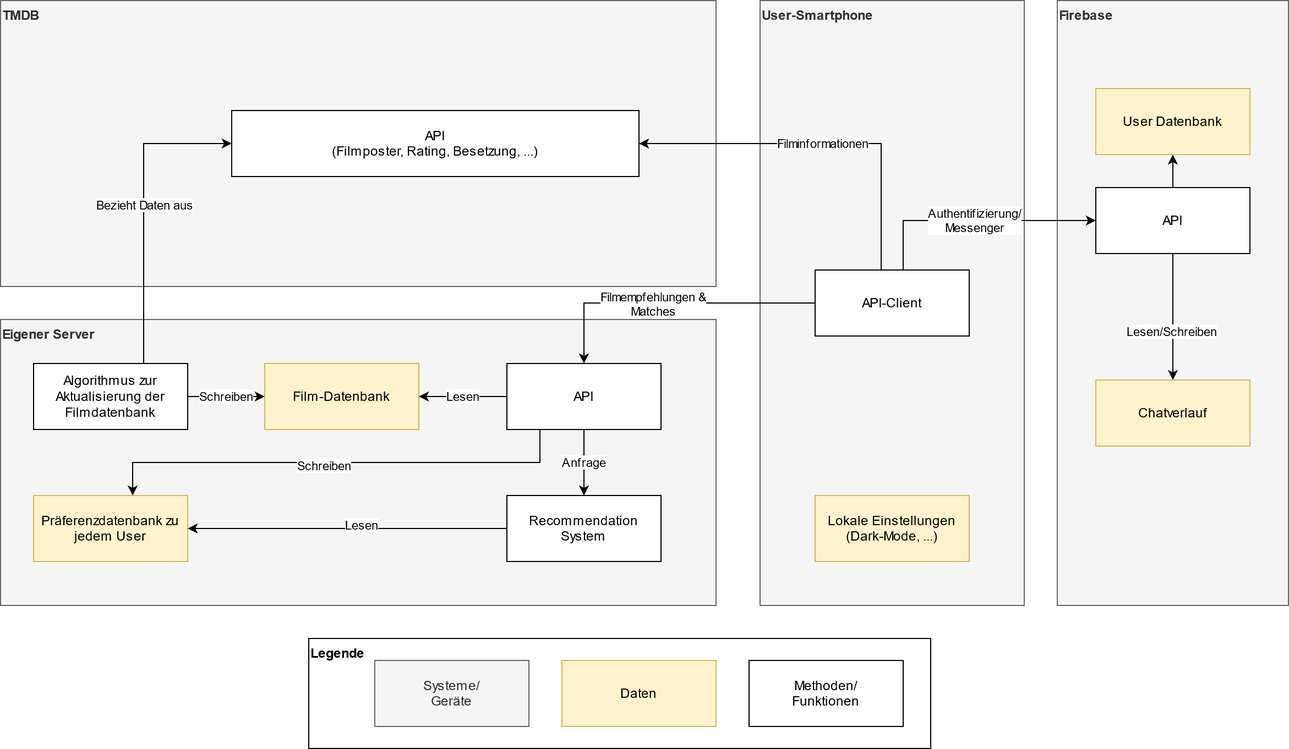
Earlier version of the draw.io export images/Konzeptdiagramm.png (VincentSchreck/Dokumentation_Studienarbeit). Source tidied: cells renumbered, new cells last; positions are measured from the earlier drawing's top-left corner, leaving out a move shared by most shapes.
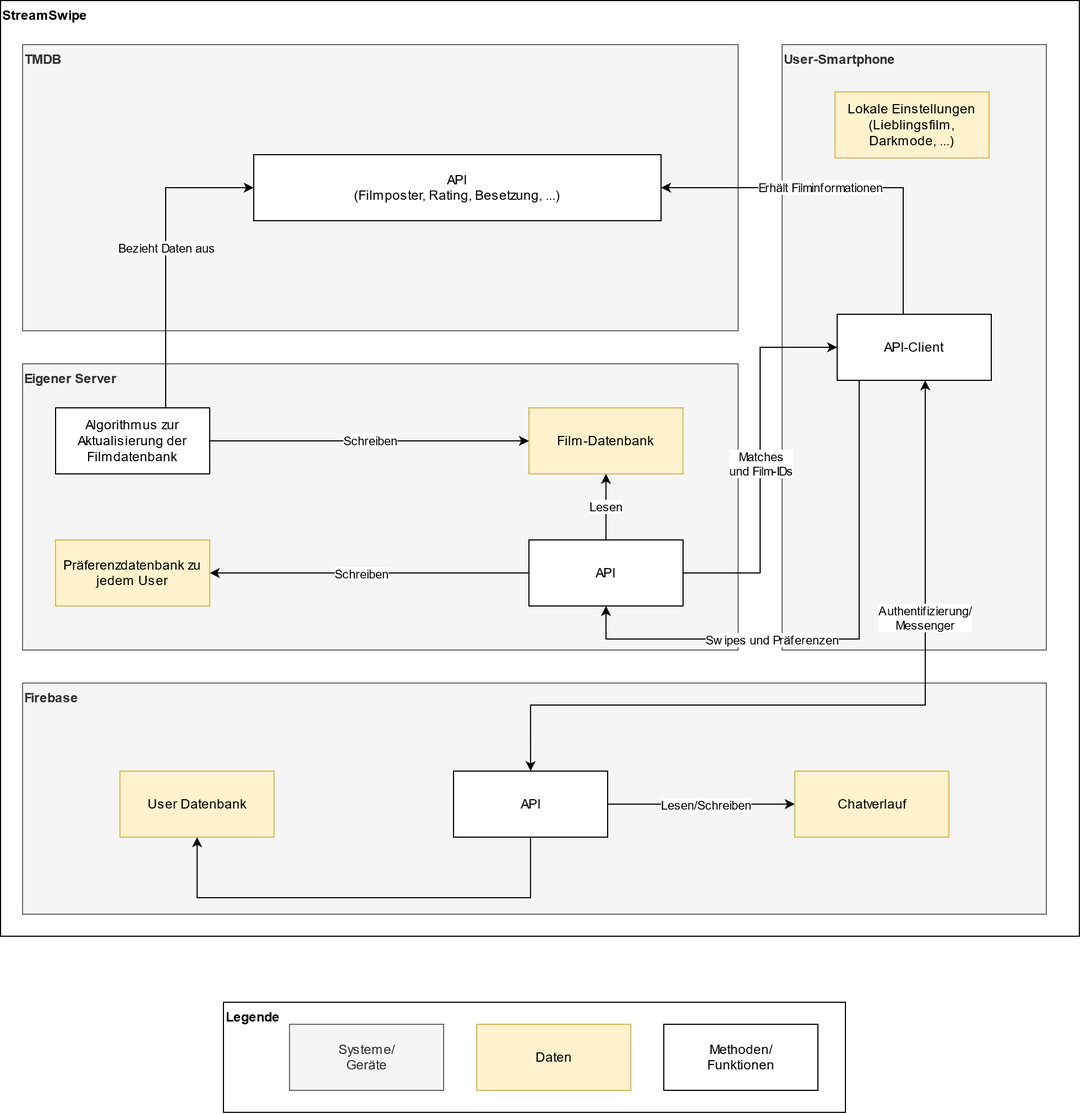
After the commit.

Change to the diagram source:
```diff
@@ -2,130 +2,151 @@
   <root>
     <mxCell id="0" />
     <mxCell id="1" parent="0" />
-    <mxCell id="2" value="&lt;div align=&quot;left&quot;&gt;&lt;b&gt;Eigener Server&lt;/b&gt;&lt;/div&gt;" style="rounded=0;whiteSpace=wrap;html=1;align=left;fillColor=#f5f5f5;strokeColor=#666666;fontColor=#333333;verticalAlign=top;" parent="1" vertex="1">
-      <mxGeometry y="290" width="650" height="260" as="geometry" />
+    <mxCell id="2" value="&lt;b&gt;StreamSwipe&lt;/b&gt;" style="rounded=0;whiteSpace=wrap;html=1;align=left;verticalAlign=top;" parent="1" vertex="1">
+      <mxGeometry x="-20" y="-40" width="980" height="850" as="geometry" />
     </mxCell>
-    <mxCell id="3" value="&lt;div align=&quot;left&quot;&gt;&lt;b&gt;Firebase&lt;br&gt;&lt;/b&gt;&lt;/div&gt;" style="rounded=0;whiteSpace=wrap;html=1;align=left;fillColor=#f5f5f5;strokeColor=#666666;fontColor=#333333;verticalAlign=top;" parent="1" vertex="1">
-      <mxGeometry x="960" width="210" height="550" as="geometry" />
+    <mxCell id="3" value="&lt;div align=&quot;left&quot;&gt;&lt;b&gt;Eigener Server&lt;/b&gt;&lt;/div&gt;" style="rounded=0;whiteSpace=wrap;html=1;align=left;fillColor=#f5f5f5;strokeColor=#666666;fontColor=#333333;verticalAlign=top;" parent="1" vertex="1">
+      <mxGeometry y="290" width="650" height="260" as="geometry" />
     </mxCell>
-    <mxCell id="4" value="&lt;div&gt;&lt;b&gt;User-Smartphone&lt;br&gt;&lt;/b&gt;&lt;/div&gt;" style="rounded=0;whiteSpace=wrap;html=1;align=left;fillColor=#f5f5f5;strokeColor=#666666;fontColor=#333333;verticalAlign=top;labelPosition=center;verticalLabelPosition=middle;" parent="1" vertex="1">
-      <mxGeometry x="690" width="240" height="550" as="geometry" />
+    <mxCell id="4" value="&lt;div align=&quot;left&quot;&gt;&lt;b&gt;Firebase&lt;br&gt;&lt;/b&gt;&lt;/div&gt;" style="rounded=0;whiteSpace=wrap;html=1;align=left;fillColor=#f5f5f5;strokeColor=#666666;fontColor=#333333;verticalAlign=top;direction=south;" parent="1" vertex="1">
+      <mxGeometry y="580" width="930" height="210" as="geometry" />
     </mxCell>
-    <mxCell id="5" value="Film-Datenbank" style="rounded=0;whiteSpace=wrap;html=1;fillColor=#fff2cc;strokeColor=#d6b656;" parent="1" vertex="1">
-      <mxGeometry x="240" y="330" width="140" height="60" as="geometry" />
+    <mxCell id="5" value="&lt;div&gt;&lt;b&gt;User-Smartphone&lt;br&gt;&lt;/b&gt;&lt;/div&gt;" style="rounded=0;whiteSpace=wrap;html=1;align=left;fillColor=#f5f5f5;strokeColor=#666666;fontColor=#333333;verticalAlign=top;labelPosition=center;verticalLabelPosition=middle;" parent="1" vertex="1">
+      <mxGeometry x="690" width="240" height="550" as="geometry" />
     </mxCell>
-    <mxCell id="6" value="Lesen" style="edgeStyle=orthogonalEdgeStyle;rounded=0;jettySize=auto;html=1;" parent="1" edge="1" source="10" target="5">
-      <mxGeometry relative="1" as="geometry" />
+    <mxCell id="6" value="Film-Datenbank" style="rounded=0;whiteSpace=wrap;html=1;fillColor=#fff2cc;strokeColor=#d6b656;" parent="1" vertex="1">
+      <mxGeometry x="460" y="330" width="140" height="60" as="geometry" />
     </mxCell>
-    <mxCell id="7" value="Anfrage" style="edgeStyle=orthogonalEdgeStyle;rounded=0;jettySize=auto;html=1;startArrow=none;startFill=0;" parent="1" edge="1" source="10" target="15">
+    <mxCell id="7" value="Lesen" style="edgeStyle=orthogonalEdgeStyle;rounded=0;jettySize=auto;html=1;" parent="1" edge="1" source="10" target="6">
       <mxGeometry relative="1" as="geometry" />
     </mxCell>
     <mxCell id="8" style="edgeStyle=orthogonalEdgeStyle;rounded=0;jettySize=auto;html=1;startArrow=none;startFill=0;" parent="1" edge="1" source="10" target="12">
       <mxGeometry relative="1" as="geometry">
         <Array as="points">
-          <mxPoint x="490" y="420" />
-          <mxPoint x="120" y="420" />
+          <mxPoint x="490" y="480" />
         </Array>
       </mxGeometry>
     </mxCell>
     <mxCell id="9" value="Schreiben" style="edgeLabel;html=1;align=center;verticalAlign=middle;" parent="8" vertex="1">
-      <mxGeometry x="0.06" y="2" relative="1" as="geometry" />
+      <mxGeometry x="0.06" y="2" relative="1" as="geometry">
+        <mxPoint y="-2" as="offset" />
+      </mxGeometry>
     </mxCell>
     <mxCell id="10" value="&lt;div&gt;API&lt;/div&gt;" style="rounded=0;whiteSpace=wrap;html=1;" parent="1" vertex="1">
-      <mxGeometry x="460" y="330" width="140" height="60" as="geometry" />
+      <mxGeometry x="460" y="450" width="140" height="60" as="geometry" />
     </mxCell>
-    <mxCell id="11" value="&lt;div&gt;Lokale Einstellungen&lt;/div&gt;&lt;div&gt;(Dark-Mode, ...)&lt;br&gt;&lt;/div&gt;" style="rounded=0;whiteSpace=wrap;html=1;fillColor=#fff2cc;strokeColor=#d6b656;" parent="1" vertex="1">
-      <mxGeometry x="740" y="450" width="140" height="60" as="geometry" />
+    <mxCell id="11" value="&lt;div&gt;Lokale Einstellungen&lt;/div&gt;&lt;div&gt;(Lieblingsfilm, Darkmode, ...)&lt;br&gt;&lt;/div&gt;" style="rounded=0;whiteSpace=wrap;html=1;fillColor=#fff2cc;strokeColor=#d6b656;" parent="1" vertex="1">
+      <mxGeometry x="738" y="43" width="140" height="60" as="geometry" />
     </mxCell>
     <mxCell id="12" value="Präferenzdatenbank zu jedem User" style="rounded=0;whiteSpace=wrap;html=1;fillColor=#fff2cc;strokeColor=#d6b656;" parent="1" vertex="1">
       <mxGeometry x="30" y="450" width="140" height="60" as="geometry" />
     </mxCell>
-    <mxCell id="13" style="edgeStyle=orthogonalEdgeStyle;rounded=0;jettySize=auto;html=1;startArrow=none;startFill=0;" parent="1" edge="1" source="15" target="12">
-      <mxGeometry relative="1" as="geometry" />
+    <mxCell id="13" value="Authentifizierung/&lt;br&gt;Messenger" style="edgeStyle=orthogonalEdgeStyle;rounded=0;jettySize=auto;html=1;entryX=0.5;entryY=0;entryDx=0;entryDy=0;startArrow=classic;startFill=1;" parent="1" edge="1" source="14" target="23">
+      <mxGeometry x="-0.4" relative="1" as="geometry">
+        <Array as="points">
+          <mxPoint x="820" y="600" />
+          <mxPoint x="462" y="600" />
+        </Array>
+      </mxGeometry>
     </mxCell>
-    <mxCell id="14" value="Lesen" style="edgeLabel;html=1;align=center;verticalAlign=middle;points=[];" parent="13" vertex="1">
-      <mxGeometry x="-0.08" y="-4" relative="1" as="geometry" />
+    <mxCell id="14" value="API-Client" style="rounded=0;whiteSpace=wrap;html=1;" parent="1" vertex="1">
+      <mxGeometry x="740" y="245" width="140" height="60" as="geometry" />
     </mxCell>
-    <mxCell id="15" value="Recommendation System" style="rounded=0;whiteSpace=wrap;html=1;" parent="1" vertex="1">
-      <mxGeometry x="460" y="450" width="140" height="60" as="geometry" />
+    <mxCell id="15" value="&lt;div align=&quot;left&quot;&gt;&lt;b&gt;TMDB&lt;br&gt;&lt;/b&gt;&lt;/div&gt;" style="rounded=0;whiteSpace=wrap;html=1;align=left;fillColor=#f5f5f5;strokeColor=#666666;fontColor=#333333;verticalAlign=top;" parent="1" vertex="1">
+      <mxGeometry width="650" height="260" as="geometry" />
     </mxCell>
-    <mxCell id="16" value="Authentifizierung/&lt;br&gt;Messenger" style="edgeStyle=orthogonalEdgeStyle;rounded=0;jettySize=auto;html=1;entryX=0;entryY=0.5;entryDx=0;entryDy=0;startArrow=none;startFill=0;" parent="1" edge="1" source="17" target="26">
-      <mxGeometry relative="1" as="geometry">
-        <Array as="points">
-          <mxPoint x="820" y="200" />
-        </Array>
-      </mxGeometry>
+    <mxCell id="16" value="&lt;div&gt;API&lt;/div&gt;&lt;div&gt;(Filmposter, Rating, Besetzung, ...)&lt;br&gt;&lt;/div&gt;" style="rounded=0;whiteSpace=wrap;html=1;" parent="1" vertex="1">
+      <mxGeometry x="210" y="100" width="370" height="60" as="geometry" />
     </mxCell>
-    <mxCell id="17" value="API-Client" style="rounded=0;whiteSpace=wrap;html=1;" parent="1" vertex="1">
-      <mxGeometry x="740" y="245" width="140" height="60" as="geometry" />
+    <mxCell id="17" value="Erhält Filminformationen" style="edgeStyle=orthogonalEdgeStyle;rounded=0;jettySize=auto;html=1;entryX=1;entryY=0.5;entryDx=0;entryDy=0;startArrow=none;startFill=0;" parent="1" edge="1" source="14" target="16">
+      <mxGeometry x="0.13" relative="1" as="geometry">
+        <Array as="points">
+          <mxPoint x="800" y="130" />
+        </Array>
+      </mxGeometry>
     </mxCell>
-    <mxCell id="18" value="&lt;div align=&quot;left&quot;&gt;&lt;b&gt;TMDB&lt;br&gt;&lt;/b&gt;&lt;/div&gt;" style="rounded=0;whiteSpace=wrap;html=1;align=left;fillColor=#f5f5f5;strokeColor=#666666;fontColor=#333333;verticalAlign=top;" parent="1" vertex="1">
-      <mxGeometry width="650" height="260" as="geometry" />
+    <mxCell id="18" style="edgeStyle=orthogonalEdgeStyle;rounded=0;jettySize=auto;html=1;entryX=0;entryY=0.5;entryDx=0;entryDy=0;startArrow=none;startFill=0;exitX=0.5;exitY=0;exitDx=0;exitDy=0;" parent="1" edge="1" source="33" target="16">
+      <mxGeometry relative="1" as="geometry">
+        <Array as="points">
+          <mxPoint x="130" y="330" />
+          <mxPoint x="130" y="130" />
+        </Array>
+      </mxGeometry>
     </mxCell>
-    <mxCell id="19" value="&lt;div&gt;API&lt;/div&gt;&lt;div&gt;(Filmposter, Rating, Besetzung, ...)&lt;br&gt;&lt;/div&gt;" style="rounded=0;whiteSpace=wrap;html=1;" parent="1" vertex="1">
-      <mxGeometry x="210" y="100" width="370" height="60" as="geometry" />
+    <mxCell id="19" value="Bezieht Daten aus" style="edgeLabel;html=1;align=center;verticalAlign=middle;points=[];" parent="18" vertex="1">
+      <mxGeometry x="0.13" relative="1" as="geometry" />
     </mxCell>
-    <mxCell id="20" value="Filminformationen" style="edgeStyle=orthogonalEdgeStyle;rounded=0;jettySize=auto;html=1;entryX=1;entryY=0.5;entryDx=0;entryDy=0;startArrow=none;startFill=0;" parent="1" edge="1" source="17" target="19">
+    <mxCell id="20" style="edgeStyle=orthogonalEdgeStyle;rounded=0;jettySize=auto;html=1;startArrow=none;startFill=0;" parent="1" edge="1" source="23" target="24">
       <mxGeometry relative="1" as="geometry">
         <Array as="points">
-          <mxPoint x="800" y="130" />
+          <mxPoint x="461.5" y="775" />
+          <mxPoint x="158.5" y="775" />
         </Array>
       </mxGeometry>
     </mxCell>
-    <mxCell id="21" style="edgeStyle=orthogonalEdgeStyle;rounded=0;jettySize=auto;html=1;entryX=0;entryY=0.5;entryDx=0;entryDy=0;startArrow=none;startFill=0;exitX=0.5;exitY=0;exitDx=0;exitDy=0;" parent="1" edge="1" source="36" target="19">
-      <mxGeometry relative="1" as="geometry">
-        <Array as="points">
-          <mxPoint x="130" y="330" />
-          <mxPoint x="130" y="130" />
-        </Array>
-      </mxGeometry>
+    <mxCell id="21" style="edgeStyle=orthogonalEdgeStyle;rounded=0;jettySize=auto;html=1;startArrow=none;startFill=0;" parent="1" edge="1" source="23" target="25">
+      <mxGeometry relative="1" as="geometry" />
     </mxCell>
-    <mxCell id="22" value="Bezieht Daten aus" style="edgeLabel;html=1;align=center;verticalAlign=middle;" parent="21" vertex="1">
-      <mxGeometry x="0.13" relative="1" as="geometry" />
+    <mxCell id="22" value="Lesen/Schreiben" style="edgeLabel;html=1;align=center;verticalAlign=middle;" parent="21" vertex="1">
+      <mxGeometry x="0.21" y="-2" relative="1" as="geometry">
+        <mxPoint x="-14" y="-2" as="offset" />
+      </mxGeometry>
     </mxCell>
-    <mxCell id="23" style="edgeStyle=orthogonalEdgeStyle;rounded=0;jettySize=auto;html=1;startArrow=none;startFill=0;" parent="1" edge="1" source="26" target="27">
-      <mxGeometry relative="1" as="geometry" />
+    <mxCell id="23" value="API" style="rounded=0;whiteSpace=wrap;html=1;" parent="1" vertex="1">
+      <mxGeometry x="391.5" y="660" width="140" height="60" as="geometry" />
     </mxCell>
-    <mxCell id="24" style="edgeStyle=orthogonalEdgeStyle;rounded=0;jettySize=auto;html=1;startArrow=none;startFill=0;" parent="1" edge="1" source="26" target="28">
-      <mxGeometry relative="1" as="geometry" />
+    <mxCell id="24" value="User Datenbank" style="rounded=0;whiteSpace=wrap;html=1;fillColor=#fff2cc;strokeColor=#d6b656;" parent="1" vertex="1">
+      <mxGeometry x="88.5" y="660" width="140" height="60" as="geometry" />
     </mxCell>
-    <mxCell id="25" value="Lesen/Schreiben" style="edgeLabel;html=1;align=center;verticalAlign=middle;points=[];" parent="24" vertex="1">
-      <mxGeometry x="0.21" y="-2" relative="1" as="geometry" />
+    <mxCell id="25" value="Chatverlauf" style="rounded=0;whiteSpace=wrap;html=1;fillColor=#fff2cc;strokeColor=#d6b656;" parent="1" vertex="1">
+      <mxGeometry x="701.5" y="660" width="140" height="60" as="geometry" />
     </mxCell>
-    <mxCell id="26" value="API" style="rounded=0;whiteSpace=wrap;html=1;" parent="1" vertex="1">
-      <mxGeometry x="995" y="170" width="140" height="60" as="geometry" />
+    <mxCell id="26" style="edgeStyle=orthogonalEdgeStyle;rounded=0;jettySize=auto;html=1;startArrow=classic;startFill=1;endArrow=none;endFill=0;" parent="1" edge="1" source="14" target="10">
+      <mxGeometry relative="1" as="geometry">
+        <Array as="points">
+          <mxPoint x="670" y="275" />
+          <mxPoint x="670" y="480" />
+        </Array>
+      </mxGeometry>
     </mxCell>
-    <mxCell id="27" value="User Datenbank" style="rounded=0;whiteSpace=wrap;html=1;fillColor=#fff2cc;strokeColor=#d6b656;" parent="1" vertex="1">
-      <mxGeometry x="995" y="80" width="140" height="60" as="geometry" />
+    <mxCell id="27" value="&lt;div&gt;Matches &lt;br&gt;&lt;/div&gt;&lt;div&gt;und Film-IDs&lt;br&gt;&lt;/div&gt;" style="edgeLabel;html=1;align=center;verticalAlign=middle;points=[];" parent="26" vertex="1">
+      <mxGeometry x="0.25" y="4" relative="1" as="geometry">
+        <mxPoint x="-4" y="-40" as="offset" />
+      </mxGeometry>
     </mxCell>
-    <mxCell id="28" value="Chatverlauf" style="rounded=0;whiteSpace=wrap;html=1;fillColor=#fff2cc;strokeColor=#d6b656;" parent="1" vertex="1">
-      <mxGeometry x="995" y="345" width="140" height="60" as="geometry" />
+    <mxCell id="28" value="&lt;div align=&quot;left&quot;&gt;&lt;b&gt;Legende&lt;/b&gt;&lt;/div&gt;" style="rounded=0;whiteSpace=wrap;html=1;align=left;verticalAlign=top;" parent="1" vertex="1">
+      <mxGeometry x="182.5" y="870" width="565" height="100" as="geometry" />
     </mxCell>
-    <mxCell id="29" style="edgeStyle=orthogonalEdgeStyle;rounded=0;jettySize=auto;html=1;startArrow=none;startFill=0;" parent="1" edge="1" source="17" target="10">
-      <mxGeometry relative="1" as="geometry" />
+    <mxCell id="29" value="Daten" style="rounded=0;whiteSpace=wrap;html=1;fillColor=#fff2cc;strokeColor=#d6b656;" parent="1" vertex="1">
+      <mxGeometry x="412.5" y="890" width="140" height="60" as="geometry" />
     </mxCell>
-    <mxCell id="30" value="&lt;div&gt;Filmempfehlungen &amp;amp;&lt;/div&gt;&lt;div&gt;Matches&lt;/div&gt;" style="edgeLabel;html=1;align=center;verticalAlign=middle;" parent="29" vertex="1">
-      <mxGeometry x="0.25" y="4" relative="1" as="geometry">
-        <mxPoint x="17" y="-4" as="offset" />
-      </mxGeometry>
+    <mxCell id="30" value="&lt;div&gt;Methoden/&lt;/div&gt;&lt;div&gt;Funktionen&lt;/div&gt;" style="rounded=0;whiteSpace=wrap;html=1;" parent="1" vertex="1">
+      <mxGeometry x="582.5" y="890" width="140" height="60" as="geometry" />
     </mxCell>
-    <mxCell id="31" value="&lt;div align=&quot;left&quot;&gt;&lt;b&gt;Legende&lt;/b&gt;&lt;/div&gt;" style="rounded=0;whiteSpace=wrap;html=1;align=left;verticalAlign=top;" parent="1" vertex="1">
-      <mxGeometry x="280" y="580" width="565" height="100" as="geometry" />
+    <mxCell id="31" value="Systeme/&lt;br&gt;Geräte" style="rounded=0;whiteSpace=wrap;html=1;fillColor=#f5f5f5;strokeColor=#666666;fontColor=#333333;" parent="1" vertex="1">
+      <mxGeometry x="242.5" y="890" width="140" height="60" as="geometry" />
     </mxCell>
-    <mxCell id="32" value="Daten" style="rounded=0;whiteSpace=wrap;html=1;fillColor=#fff2cc;strokeColor=#d6b656;" parent="1" vertex="1">
-      <mxGeometry x="510" y="600" width="140" height="60" as="geometry" />
+    <mxCell id="32" value="Schreiben" style="edgeStyle=orthogonalEdgeStyle;rounded=0;jettySize=auto;html=1;entryX=0;entryY=0.5;entryDx=0;entryDy=0;startArrow=none;startFill=0;" parent="1" edge="1" target="6">
+      <mxGeometry relative="1" as="geometry">
+        <mxPoint x="170" y="360" as="sourcePoint" />
+      </mxGeometry>
     </mxCell>
-    <mxCell id="33" value="&lt;div&gt;Methoden/&lt;/div&gt;&lt;div&gt;Funktionen&lt;/div&gt;" style="rounded=0;whiteSpace=wrap;html=1;" parent="1" vertex="1">
-      <mxGeometry x="680" y="600" width="140" height="60" as="geometry" />
+    <mxCell id="33" value="Algorithmus zur Aktualisierung der Filmdatenbank" style="rounded=0;whiteSpace=wrap;html=1;" parent="1" vertex="1">
+      <mxGeometry x="30" y="330" width="140" height="60" as="geometry" />
     </mxCell>
-    <mxCell id="34" value="Systeme/&lt;br&gt;Geräte" style="rounded=0;whiteSpace=wrap;html=1;fillColor=#f5f5f5;strokeColor=#666666;fontColor=#333333;" parent="1" vertex="1">
-      <mxGeometry x="340" y="600" width="140" height="60" as="geometry" />
+    <mxCell id="34" style="edgeStyle=orthogonalEdgeStyle;rounded=0;jettySize=auto;html=1;startArrow=none;startFill=0;endArrow=classic;endFill=1;exitX=0.5;exitY=1;exitDx=0;exitDy=0;entryX=0.5;entryY=1;entryDx=0;entryDy=0;" parent="1" edge="1" source="14" target="10">
+      <mxGeometry relative="1" as="geometry">
+        <Array as="points">
+          <mxPoint x="760" y="305" />
+          <mxPoint x="760" y="540" />
+          <mxPoint x="530" y="540" />
+        </Array>
+      </mxGeometry>
     </mxCell>
-    <mxCell id="35" value="Schreiben" style="edgeStyle=orthogonalEdgeStyle;rounded=0;jettySize=auto;html=1;entryX=0;entryY=0.5;entryDx=0;entryDy=0;startArrow=none;startFill=0;" parent="1" edge="1" source="36" target="5">
-      <mxGeometry relative="1" as="geometry" />
+    <mxCell id="35" value="Swipes und Präferenzen" style="edgeLabel;html=1;align=center;verticalAlign=middle;" parent="34" vertex="1">
+      <mxGeometry x="0.25" y="4" relative="1" as="geometry">
+        <mxPoint x="-25" y="-4" as="offset" />
+      </mxGeometry>
     </mxCell>
-    <mxCell id="36" value="Algorithmus zur Aktualisierung der Filmdatenbank" style="rounded=0;whiteSpace=wrap;html=1;" parent="1" vertex="1">
-      <mxGeometry x="30" y="330" width="140" height="60" as="geometry" />
-    </mxCell>
   </root>
 </mxGraphModel>
```
